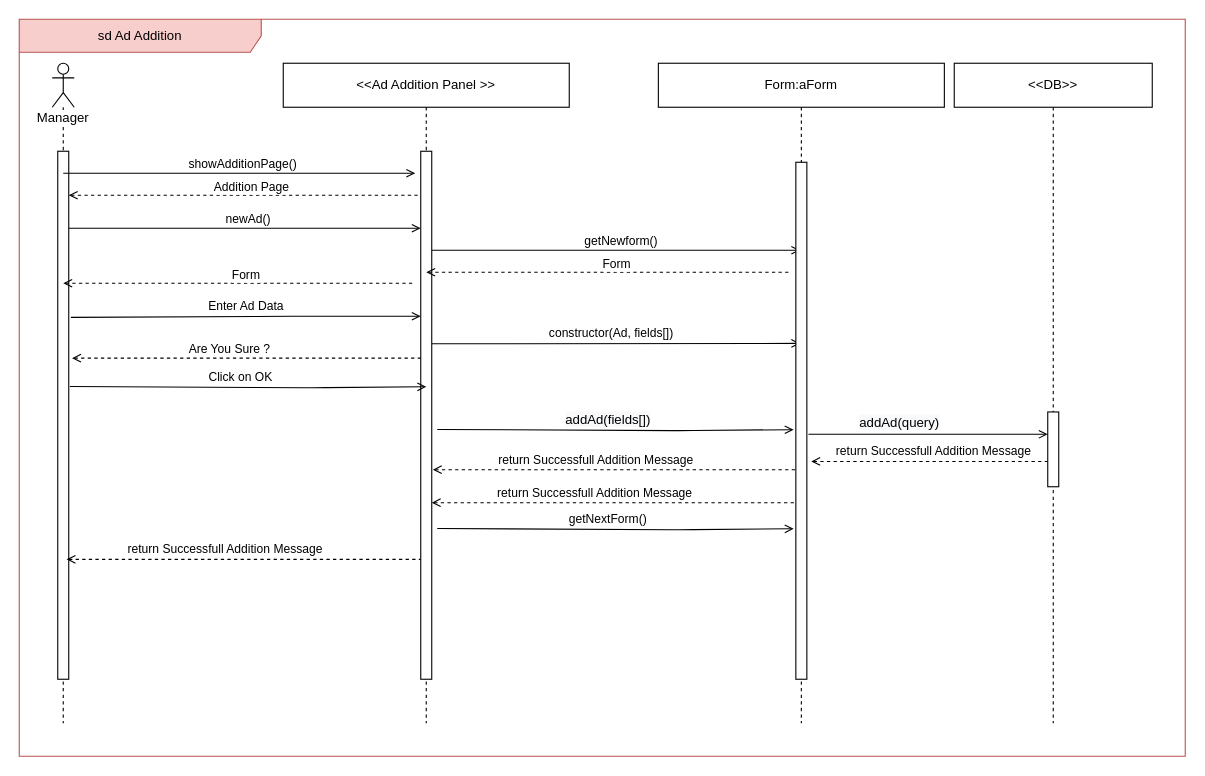
This is page "SubscriptionAddition-SD" (15 of 18) of SequenceDiagram/Middleware_CarBaMaSequenceDiagram.drawio from MelvinMo/CarBaMa_Automotive-Sale-Application, a draw.io file, before an edit. Source tidied: cells renumbered, new cells numbered last; positions are measured from the earlier drawing's top-left corner, leaving out a move shared by most shapes. Both pictures are drawn from the tidied source at 110%, with x=0, y=0 at pixel (19, 19).
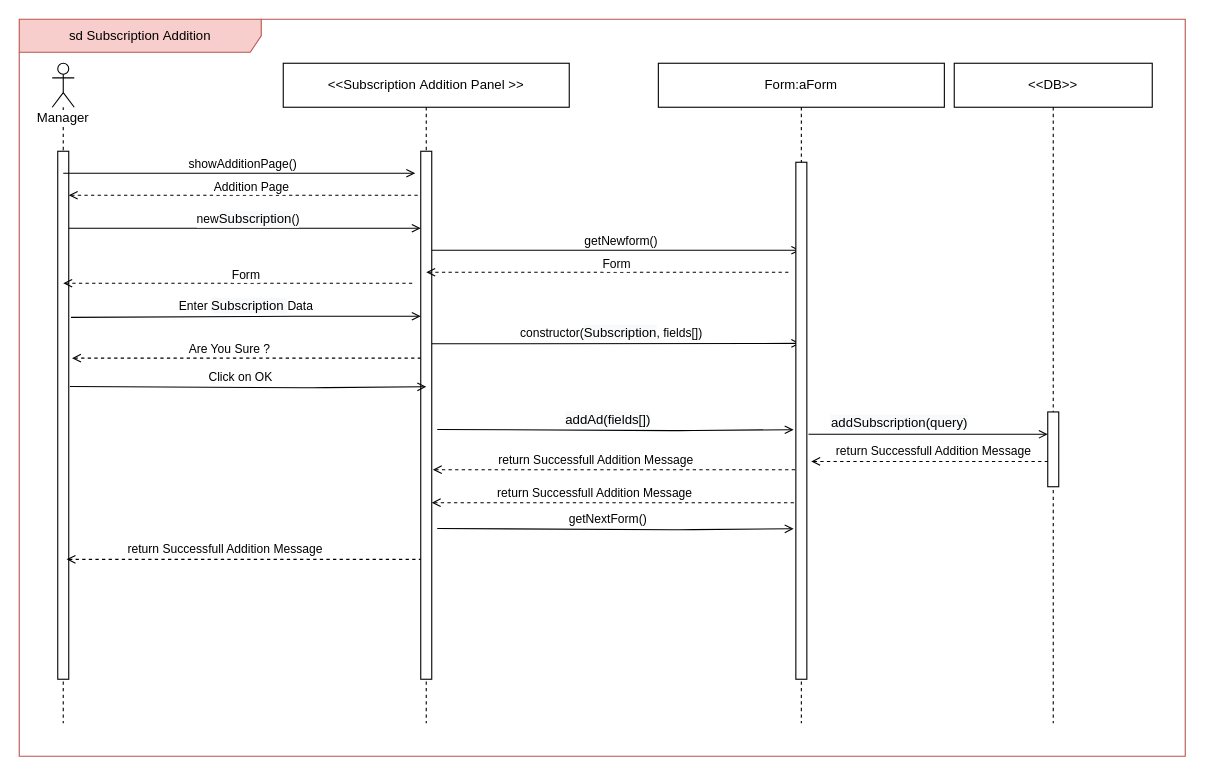
After the change.

Unchanged cells that the change refers to:
```xml
<mxCell id="11" style="endArrow=open;html=1;exitX=0.9;exitY=0.108;exitDx=0;exitDy=0;exitPerimeter=0;endFill=0;" parent="5" edge="1">
  <mxGeometry relative="1" as="geometry">
    <mxPoint x="-195" y="150" as="sourcePoint" />
    <mxPoint x="125" y="150" as="targetPoint" />
  </mxGeometry>
</mxCell>
<mxCell id="22" style="html=1;points=[];perimeter=orthogonalPerimeter;" parent="21" vertex="1">
  <mxGeometry x="85" y="317" width="10" height="68" as="geometry" />
</mxCell>
```

What changed in the source:
```diff
@@
-    <mxCell id="2" value="sd Ad Addition" style="shape=umlFrame;whiteSpace=wrap;html=1;width=220;height=30;fillColor=#f8cecc;strokeColor=#b85450;" parent="1" vertex="1">
+    <mxCell id="2" value="sd Subscription&amp;nbsp;Addition" style="shape=umlFrame;whiteSpace=wrap;html=1;width=220;height=30;fillColor=#f8cecc;strokeColor=#b85450;" parent="1" vertex="1">
       <mxGeometry width="1060" height="670" as="geometry" />
     </mxCell>
@@
-    <mxCell id="5" value="&amp;lt;&amp;lt;Ad Addition Panel &amp;gt;&amp;gt;" style="shape=umlLifeline;perimeter=lifelinePerimeter;whiteSpace=wrap;html=1;" parent="1" vertex="1">
+    <mxCell id="5" value="&amp;lt;&amp;lt;Subscription&amp;nbsp;Addition Panel &amp;gt;&amp;gt;" style="shape=umlLifeline;perimeter=lifelinePerimeter;whiteSpace=wrap;html=1;" parent="1" vertex="1">
       <mxGeometry x="240" y="40" width="260" height="600" as="geometry" />
     </mxCell>
@@
-    <mxCell id="12" value="newAd()" style="edgeLabel;html=1;align=center;verticalAlign=middle;" parent="11" vertex="1">
+    <mxCell id="12" value="new&lt;span style=&quot;font-size: 12px; background-color: rgb(248, 249, 250);&quot;&gt;Subscription&lt;/span&gt;()" style="edgeLabel;html=1;align=center;verticalAlign=middle;" parent="11" vertex="1">
       <mxGeometry x="0.26" y="1" relative="1" as="geometry">
         <mxPoint x="-40" y="-8" as="offset" />
       </mxGeometry>
     </mxCell>
-    <mxCell id="13" value="constructor(Ad, fields[])" style="html=1;verticalAlign=bottom;endArrow=open;endFill=0;entryX=0.4;entryY=0.306;entryDx=0;entryDy=0;entryPerimeter=0;" parent="5" edge="1">
+    <mxCell id="13" value="constructor(&lt;span style=&quot;font-size: 12px; background-color: rgb(248, 249, 250);&quot;&gt;Subscription&lt;/span&gt;, fields[])" style="html=1;verticalAlign=bottom;endArrow=open;endFill=0;entryX=0.4;entryY=0.306;entryDx=0;entryDy=0;entryPerimeter=0;" parent="5" edge="1">
       <mxGeometry x="0.38" y="69" relative="1" as="geometry">
         <mxPoint x="135" y="255" as="sourcePoint" />
         <mxPoint x="470" y="254.7" as="targetPoint" />
         <mxPoint x="-68" y="68" as="offset" />
       </mxGeometry>
     </mxCell>
@@
-    <mxCell id="25" value="Enter Ad Data" style="html=1;verticalAlign=bottom;endArrow=open;endFill=0;exitX=1.2;exitY=0.336;exitDx=0;exitDy=0;exitPerimeter=0;" parent="1" edge="1">
+    <mxCell id="25" value="Enter&amp;nbsp;&lt;span style=&quot;font-size: 12px; background-color: rgb(248, 249, 250);&quot;&gt;Subscription&amp;nbsp;&lt;/span&gt;Data" style="html=1;verticalAlign=bottom;endArrow=open;endFill=0;exitX=1.2;exitY=0.336;exitDx=0;exitDy=0;exitPerimeter=0;" parent="1" edge="1">
       <mxGeometry relative="1" as="geometry">
         <mxPoint x="47" y="271" as="sourcePoint" />
         <mxPoint x="365" y="270" as="targetPoint" />
         <Array as="points">
           <mxPoint x="260" y="270" />
         </Array>
       </mxGeometry>
     </mxCell>
@@
-    <mxCell id="36" value="&lt;span style=&quot;font-size: 12px ; text-align: left ; background-color: rgb(248 , 249 , 250)&quot;&gt;addAd(query)&lt;/span&gt;" style="html=1;verticalAlign=bottom;endArrow=open;endFill=0;exitX=1.153;exitY=0.323;exitDx=0;exitDy=0;exitPerimeter=0;" parent="1" edge="1" target="22">
+    <mxCell id="36" value="&lt;span style=&quot;font-size: 12px ; text-align: left ; background-color: rgb(248 , 249 , 250)&quot;&gt;add&lt;/span&gt;&lt;span style=&quot;font-size: 12px; background-color: rgb(248, 249, 250);&quot;&gt;Subscription&lt;/span&gt;&lt;span style=&quot;font-size: 12px ; text-align: left ; background-color: rgb(248 , 249 , 250)&quot;&gt;(query)&lt;/span&gt;" style="html=1;verticalAlign=bottom;endArrow=open;endFill=0;exitX=1.153;exitY=0.323;exitDx=0;exitDy=0;exitPerimeter=0;" parent="1" edge="1" target="22">
       <mxGeometry x="0.38" y="69" relative="1" as="geometry">
         <mxPoint x="717.5" y="377.3" as="sourcePoint" />
         <mxPoint x="-68" y="68" as="offset" />
       </mxGeometry>
     </mxCell>
```
